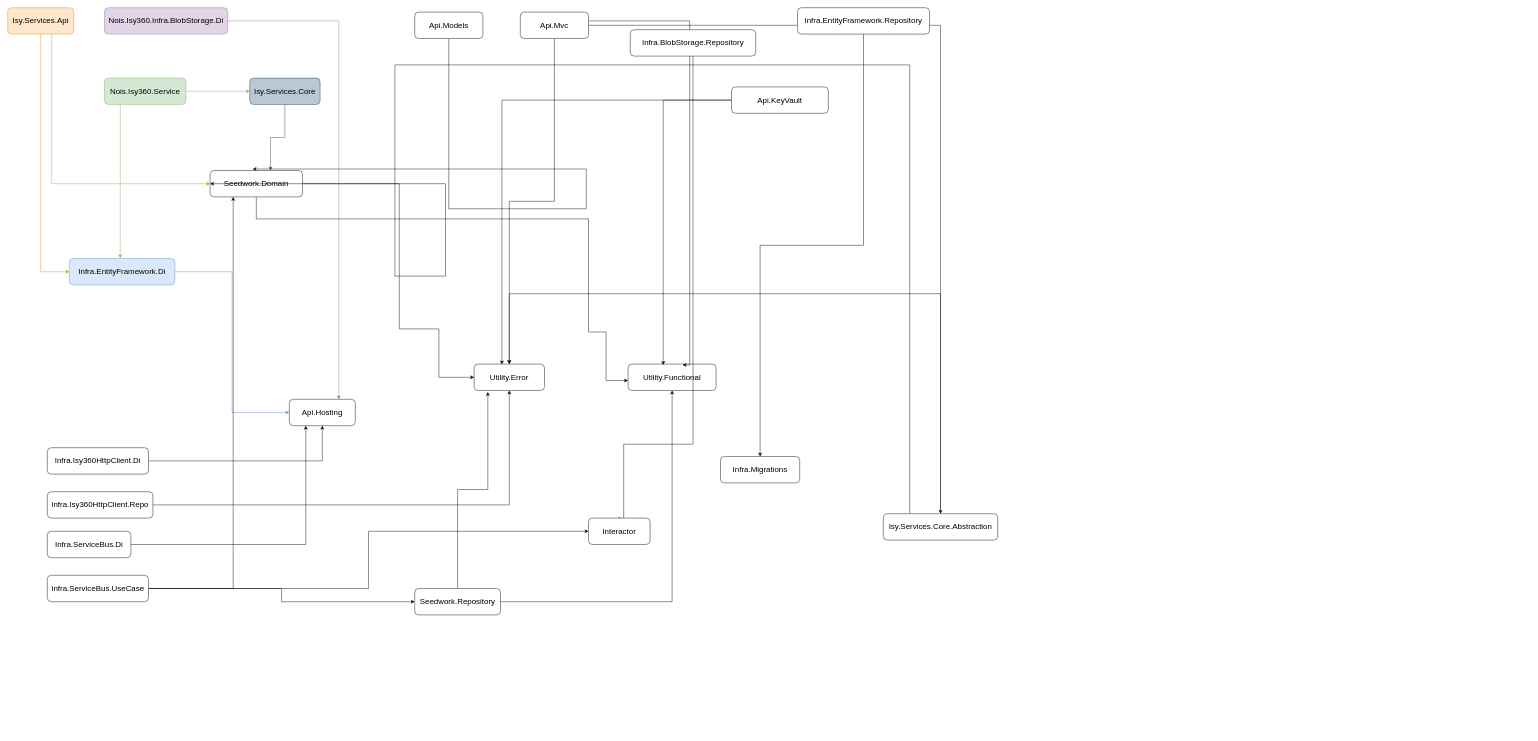
This is Untitled Diagram.drawio from xtzaferis/test-server, a draw.io file, before an edit. Source tidied: cells renumbered, new cells numbered last; positions are measured from the earlier drawing's top-left corner, leaving out a move shared by most shapes. Both pictures are drawn from the tidied source at 44%, with x=0, y=0 at pixel (7, 7).
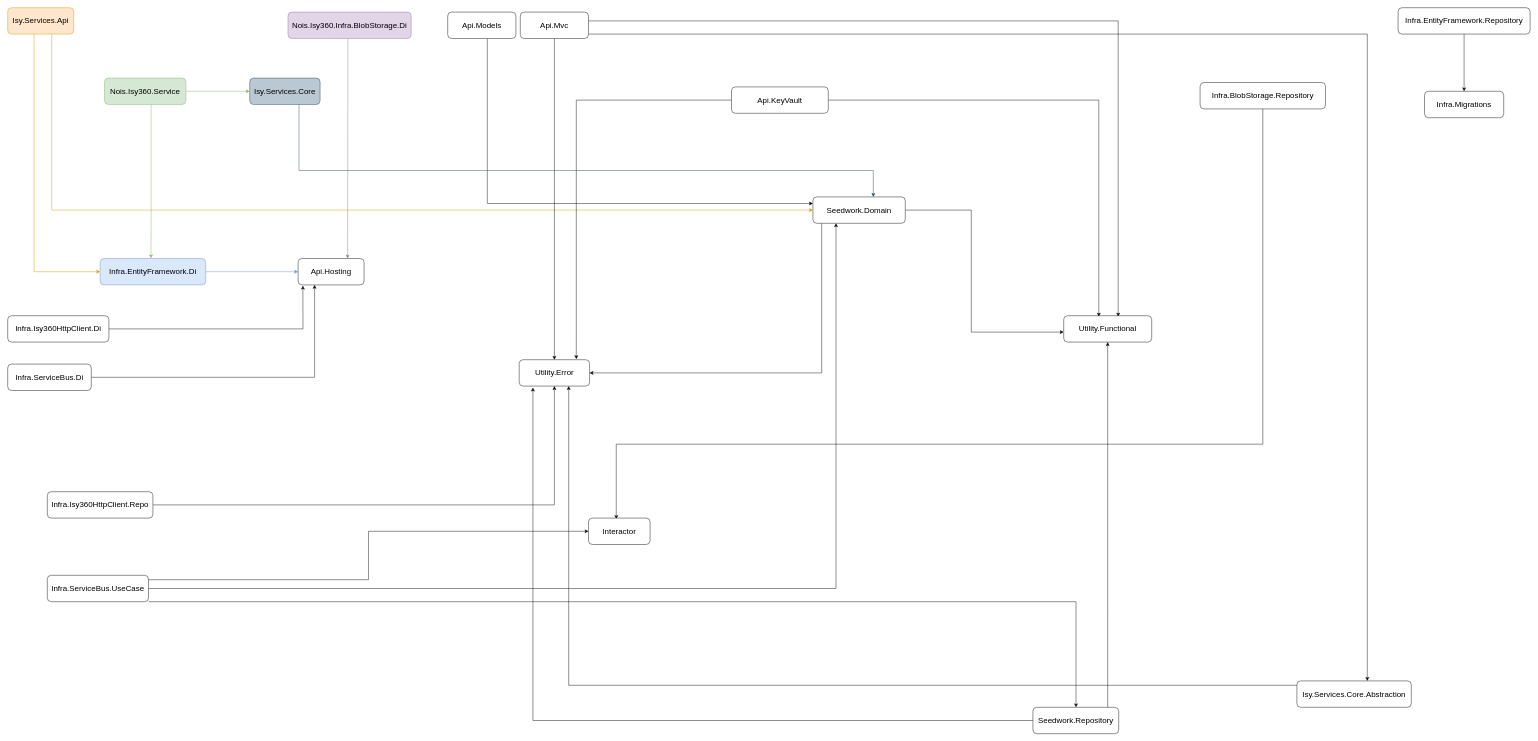
The same page after the edit.

Unchanged cells that the change refers to:
```xml
<mxCell id="4" value="&lt;font style=&quot;font-size: 18px&quot;&gt;Isy.Services.Api&lt;/font&gt;" style="rounded=1;whiteSpace=wrap;html=1;fillColor=#ffe6cc;strokeColor=#d79b00;" parent="1" vertex="1">
  <mxGeometry width="150" height="60" as="geometry" />
</mxCell>
<mxCell id="20" value="&lt;font style=&quot;font-size: 18px&quot;&gt;Api.KeyVault&lt;/font&gt;" style="rounded=1;whiteSpace=wrap;html=1;" parent="1" vertex="1">
  <mxGeometry x="1645" y="180" width="220" height="60" as="geometry" />
</mxCell>
<mxCell id="24" value="&lt;font style=&quot;font-size: 18px&quot;&gt;Api.Mvc&lt;/font&gt;" style="rounded=1;whiteSpace=wrap;html=1;" parent="1" vertex="1">
  <mxGeometry x="1165" y="10" width="155" height="60" as="geometry" />
</mxCell>
<mxCell id="28" value="&lt;font style=&quot;font-size: 18px&quot;&gt;Interactor&lt;/font&gt;" style="rounded=1;whiteSpace=wrap;html=1;" parent="1" vertex="1">
  <mxGeometry x="1320" y="1160" width="140" height="60" as="geometry" />
</mxCell>
<mxCell id="30" value="&lt;font style=&quot;font-size: 18px&quot;&gt;Isy.Services.Core&lt;/font&gt;" style="rounded=1;whiteSpace=wrap;html=1;fillColor=#bac8d3;strokeColor=#23445d;" parent="1" vertex="1">
  <mxGeometry x="550" y="160" width="160" height="60" as="geometry" />
</mxCell>
<mxCell id="44" value="&lt;font style=&quot;font-size: 18px&quot;&gt;Infra.ServiceBus.UseCase&lt;/font&gt;" style="rounded=1;whiteSpace=wrap;html=1;" parent="1" vertex="1">
  <mxGeometry x="90" y="1290" width="230" height="60" as="geometry" />
</mxCell>
<mxCell id="50" value="&lt;font style=&quot;font-size: 18px&quot;&gt;Nois.Isy360.Service&lt;/font&gt;" style="rounded=1;whiteSpace=wrap;html=1;fillColor=#d5e8d4;strokeColor=#82b366;" parent="1" vertex="1">
  <mxGeometry x="220" y="160" width="185" height="60" as="geometry" />
</mxCell>
```

What changed in the source:
```diff
@@
     <mxCell id="2" style="edgeStyle=orthogonalEdgeStyle;rounded=0;jettySize=auto;html=1;entryX=0;entryY=0.5;entryDx=0;entryDy=0;fontSize=18;fillColor=#ffe6cc;strokeColor=#d79b00;" parent="1" edge="1" source="4" target="12">
-      <mxGeometry relative="1" as="geometry" />
+      <mxGeometry relative="1" as="geometry">
+        <Array as="points">
+          <mxPoint x="60" y="600" />
+        </Array>
+      </mxGeometry>
     </mxCell>
     <mxCell id="3" style="edgeStyle=orthogonalEdgeStyle;rounded=0;jettySize=auto;html=1;entryX=0;entryY=0.5;entryDx=0;entryDy=0;fontSize=18;fillColor=#ffe6cc;strokeColor=#d79b00;" parent="1" edge="1" source="4" target="7">
       <mxGeometry relative="1" as="geometry">
         <Array as="points">
-          <mxPoint x="100" y="400" />
+          <mxPoint x="100" y="460" />
         </Array>
       </mxGeometry>
     </mxCell>
@@
+    <mxCell id="6" style="edgeStyle=orthogonalEdgeStyle;rounded=0;jettySize=auto;html=1;entryX=-0.001;entryY=0.622;entryDx=0;entryDy=0;entryPerimeter=0;fontSize=18;" parent="1" edge="1" source="7" target="8">
+      <mxGeometry relative="1" as="geometry">
+        <Array as="points">
+          <mxPoint x="2190" y="460" />
+          <mxPoint x="2190" y="737" />
+        </Array>
+      </mxGeometry>
+    </mxCell>
-    <mxCell id="5" style="edgeStyle=orthogonalEdgeStyle;rounded=0;jettySize=auto;html=1;entryX=0;entryY=0.5;entryDx=0;entryDy=0;fontSize=18;" parent="1" edge="1" source="7" target="9">
+    <mxCell id="5" style="edgeStyle=orthogonalEdgeStyle;rounded=0;jettySize=auto;html=1;entryX=1;entryY=0.5;entryDx=0;entryDy=0;fontSize=18;" parent="1" edge="1" source="7" target="9">
       <mxGeometry relative="1" as="geometry">
         <Array as="points">
-          <mxPoint x="890" y="730" />
-          <mxPoint x="980" y="730" />
-          <mxPoint x="980" y="840" />
+          <mxPoint x="1850" y="830" />
         </Array>
       </mxGeometry>
     </mxCell>
-    <mxCell id="6" style="edgeStyle=orthogonalEdgeStyle;rounded=0;jettySize=auto;html=1;entryX=-0.001;entryY=0.622;entryDx=0;entryDy=0;entryPerimeter=0;fontSize=18;" parent="1" edge="1" source="7" target="8">
-      <mxGeometry relative="1" as="geometry">
-        <Array as="points">
-          <mxPoint x="1320" y="480" />
-          <mxPoint x="1320" y="737" />
-          <mxPoint x="1360" y="737" />
-          <mxPoint x="1360" y="847" />
-        </Array>
-      </mxGeometry>
-    </mxCell>
     <mxCell id="7" value="&lt;font style=&quot;font-size: 18px&quot;&gt;Seedwork.Domain&lt;/font&gt;" style="rounded=1;whiteSpace=wrap;html=1;" parent="1" vertex="1">
-      <mxGeometry x="460" y="370" width="210" height="60" as="geometry" />
+      <mxGeometry x="1830" y="430" width="210" height="60" as="geometry" />
     </mxCell>
     <mxCell id="8" value="&lt;font style=&quot;font-size: 18px&quot;&gt;Utility.Functional&lt;/font&gt;" style="rounded=1;whiteSpace=wrap;html=1;" parent="1" vertex="1">
-      <mxGeometry x="1410" y="810" width="200" height="60" as="geometry" />
+      <mxGeometry x="2400" y="700" width="200" height="60" as="geometry" />
     </mxCell>
     <mxCell id="9" value="&lt;font style=&quot;font-size: 18px&quot;&gt;Utility.Error&lt;/font&gt;" style="rounded=1;whiteSpace=wrap;html=1;" parent="1" vertex="1">
-      <mxGeometry x="1060" y="810" width="160" height="60" as="geometry" />
+      <mxGeometry x="1162.5" y="800" width="160" height="60" as="geometry" />
     </mxCell>
     <mxCell id="10" value="&lt;font style=&quot;font-size: 18px&quot;&gt;Api.Hosting&lt;/font&gt;" style="rounded=1;whiteSpace=wrap;html=1;" parent="1" vertex="1">
-      <mxGeometry x="640" y="890" width="150" height="60" as="geometry" />
+      <mxGeometry x="660" y="570" width="150" height="60" as="geometry" />
     </mxCell>
@@
     <mxCell id="12" value="&lt;font style=&quot;font-size: 18px&quot;&gt;Infra.EntityFramework.Di&lt;/font&gt;" style="rounded=1;whiteSpace=wrap;html=1;fillColor=#dae8fc;strokeColor=#6c8ebf;" parent="1" vertex="1">
-      <mxGeometry x="140" y="570" width="240" height="60" as="geometry" />
+      <mxGeometry x="210" y="570" width="240" height="60" as="geometry" />
     </mxCell>
     <mxCell id="13" style="edgeStyle=orthogonalEdgeStyle;rounded=0;jettySize=auto;html=1;entryX=0.75;entryY=0;entryDx=0;entryDy=0;fontSize=18;fillColor=#e1d5e7;strokeColor=#9673a6;" parent="1" edge="1" source="14" target="10">
-      <mxGeometry relative="1" as="geometry" />
+      <mxGeometry relative="1" as="geometry">
+        <Array as="points">
+          <mxPoint x="773" y="190" />
+          <mxPoint x="773" y="190" />
+        </Array>
+      </mxGeometry>
     </mxCell>
     <mxCell id="14" value="&lt;font style=&quot;font-size: 18px&quot;&gt;Nois.Isy360.Infra.BlobStorage.Di&lt;/font&gt;" style="rounded=1;whiteSpace=wrap;html=1;fillColor=#e1d5e7;strokeColor=#9673a6;" parent="1" vertex="1">
-      <mxGeometry x="220" width="280" height="60" as="geometry" />
+      <mxGeometry x="637" y="10" width="280" height="60" as="geometry" />
     </mxCell>
-    <mxCell id="15" style="edgeStyle=orthogonalEdgeStyle;rounded=0;jettySize=auto;html=1;entryX=0;entryY=0.5;entryDx=0;entryDy=0;fontSize=18;startArrow=none;" parent="1" edge="1" source="31" target="7">
-      <mxGeometry relative="1" as="geometry">
-        <Array as="points">
-          <mxPoint x="2050" y="130" />
-          <mxPoint x="880" y="130" />
-          <mxPoint x="880" y="610" />
-          <mxPoint x="995" y="610" />
-        </Array>
-      </mxGeometry>
-    </mxCell>
-    <mxCell id="16" style="edgeStyle=orthogonalEdgeStyle;rounded=0;jettySize=auto;html=1;entryX=0.46;entryY=-0.056;entryDx=0;entryDy=0;entryPerimeter=0;fontSize=18;" parent="1" edge="1" source="17" target="7">
+    <mxCell id="16" style="edgeStyle=orthogonalEdgeStyle;rounded=0;jettySize=auto;html=1;entryX=0;entryY=0.25;entryDx=0;entryDy=0;fontSize=18;" parent="1" edge="1" source="17" target="7">
       <mxGeometry relative="1" as="geometry">
         <Array as="points">
-          <mxPoint x="1315" y="457" />
+          <mxPoint x="1090" y="445" />
         </Array>
       </mxGeometry>
     </mxCell>
     <mxCell id="17" value="&lt;font style=&quot;font-size: 18px&quot;&gt;Api.Models&lt;/font&gt;" style="rounded=1;whiteSpace=wrap;html=1;" parent="1" vertex="1">
-      <mxGeometry x="925" y="10" width="155" height="60" as="geometry" />
+      <mxGeometry x="1000" y="10" width="155" height="60" as="geometry" />
     </mxCell>
+    <mxCell id="19" style="edgeStyle=orthogonalEdgeStyle;rounded=0;jettySize=auto;html=1;entryX=0.399;entryY=0.033;entryDx=0;entryDy=0;entryPerimeter=0;fontSize=18;" parent="1" edge="1" source="20" target="8">
+      <mxGeometry relative="1" as="geometry" />
+    </mxCell>
-    <mxCell id="18" style="edgeStyle=orthogonalEdgeStyle;rounded=0;jettySize=auto;html=1;entryX=0.395;entryY=0.011;entryDx=0;entryDy=0;entryPerimeter=0;fontSize=18;" parent="1" edge="1" source="20" target="9">
+    <mxCell id="18" style="edgeStyle=orthogonalEdgeStyle;rounded=0;jettySize=auto;html=1;entryX=0.811;entryY=-0.022;entryDx=0;entryDy=0;entryPerimeter=0;fontSize=18;" parent="1" edge="1" source="20" target="9">
       <mxGeometry relative="1" as="geometry" />
     </mxCell>
-    <mxCell id="19" style="edgeStyle=orthogonalEdgeStyle;rounded=0;jettySize=auto;html=1;entryX=0.399;entryY=0.033;entryDx=0;entryDy=0;entryPerimeter=0;fontSize=18;" parent="1" edge="1" source="20" target="8">
-      <mxGeometry relative="1" as="geometry" />
-    </mxCell>
@@
     <mxCell id="21" style="edgeStyle=orthogonalEdgeStyle;rounded=0;jettySize=auto;html=1;fontSize=18;" parent="1" edge="1" source="24" target="31">
-      <mxGeometry relative="1" as="geometry" />
+      <mxGeometry relative="1" as="geometry">
+        <Array as="points">
+          <mxPoint x="3090" y="60" />
+        </Array>
+      </mxGeometry>
     </mxCell>
@@
     <mxCell id="23" style="edgeStyle=orthogonalEdgeStyle;rounded=0;jettySize=auto;html=1;entryX=0.619;entryY=0.033;entryDx=0;entryDy=0;entryPerimeter=0;fontSize=18;" parent="1" edge="1" source="24" target="8">
       <mxGeometry relative="1" as="geometry">
         <Array as="points">
-          <mxPoint x="1550" y="30" />
-          <mxPoint x="1550" y="812" />
+          <mxPoint x="2524" y="30" />
         </Array>
       </mxGeometry>
     </mxCell>
@@
-    <mxCell id="25" style="edgeStyle=orthogonalEdgeStyle;rounded=0;jettySize=auto;html=1;fontSize=18;" parent="1" edge="1" source="31" target="9">
-      <mxGeometry relative="1" as="geometry">
-        <Array as="points">
-          <mxPoint x="1250" y="650" />
-          <mxPoint x="1250" y="650" />
-        </Array>
-      </mxGeometry>
-    </mxCell>
     <mxCell id="26" style="edgeStyle=orthogonalEdgeStyle;rounded=0;jettySize=auto;html=1;entryX=0.451;entryY=0.033;entryDx=0;entryDy=0;entryPerimeter=0;fontSize=18;" parent="1" edge="1" source="27" target="28">
       <mxGeometry relative="1" as="geometry">
         <Array as="points">
-          <mxPoint x="1400" y="992" />
+          <mxPoint x="2853" y="992" />
+          <mxPoint x="1383" y="992" />
         </Array>
       </mxGeometry>
     </mxCell>
     <mxCell id="27" value="&lt;font style=&quot;font-size: 18px&quot;&gt;Infra.BlobStorage.Repository&lt;/font&gt;" style="rounded=1;whiteSpace=wrap;html=1;" parent="1" vertex="1">
-      <mxGeometry x="1415" y="50" width="285" height="60" as="geometry" />
+      <mxGeometry x="2710" y="170" width="285" height="60" as="geometry" />
     </mxCell>
@@
     <mxCell id="29" style="edgeStyle=orthogonalEdgeStyle;rounded=0;jettySize=auto;html=1;entryX=0.654;entryY=0;entryDx=0;entryDy=0;entryPerimeter=0;fontSize=18;fillColor=#bac8d3;strokeColor=#23445d;" parent="1" edge="1" source="30" target="7">
-      <mxGeometry relative="1" as="geometry" />
+      <mxGeometry relative="1" as="geometry">
+        <Array as="points">
+          <mxPoint x="662" y="370" />
+          <mxPoint x="1967" y="370" />
+        </Array>
+      </mxGeometry>
     </mxCell>
@@
+    <mxCell id="25" style="edgeStyle=orthogonalEdgeStyle;rounded=0;jettySize=auto;html=1;entryX=0.703;entryY=1;entryDx=0;entryDy=0;entryPerimeter=0;fontSize=18;" parent="1" edge="1" source="31" target="9">
+      <mxGeometry relative="1" as="geometry">
+        <Array as="points">
+          <mxPoint x="1275" y="1540" />
+        </Array>
+      </mxGeometry>
+    </mxCell>
     <mxCell id="31" value="&lt;font style=&quot;font-size: 18px&quot;&gt;Isy.Services.Core.Abstraction&lt;/font&gt;" style="rounded=1;whiteSpace=wrap;html=1;" parent="1" vertex="1">
-      <mxGeometry x="1990" y="1150" width="260" height="60" as="geometry" />
+      <mxGeometry x="2930" y="1530" width="260" height="60" as="geometry" />
     </mxCell>
@@
     <mxCell id="33" value="&lt;font style=&quot;font-size: 18px&quot;&gt;Infra.EntityFramework.Repository&lt;/font&gt;" style="rounded=1;whiteSpace=wrap;html=1;" parent="1" vertex="1">
-      <mxGeometry x="1795" width="300" height="60" as="geometry" />
+      <mxGeometry x="3160" width="300" height="60" as="geometry" />
     </mxCell>
     <mxCell id="34" value="&lt;font style=&quot;font-size: 18px&quot;&gt;Infra.Migrations&lt;/font&gt;" style="rounded=1;whiteSpace=wrap;html=1;" parent="1" vertex="1">
-      <mxGeometry x="1620" y="1020" width="180" height="60" as="geometry" />
+      <mxGeometry x="3220" y="190" width="180" height="60" as="geometry" />
     </mxCell>
-    <mxCell id="35" style="edgeStyle=orthogonalEdgeStyle;rounded=0;jettySize=auto;html=1;entryX=0.5;entryY=1;entryDx=0;entryDy=0;fontSize=18;" parent="1" edge="1" source="36" target="10">
+    <mxCell id="35" style="edgeStyle=orthogonalEdgeStyle;rounded=0;jettySize=auto;html=1;entryX=0.073;entryY=1.03;entryDx=0;entryDy=0;entryPerimeter=0;fontSize=18;" parent="1" edge="1" source="36" target="10">
       <mxGeometry relative="1" as="geometry" />
     </mxCell>
     <mxCell id="36" value="&lt;font style=&quot;font-size: 18px&quot;&gt;Infra.Isy360HttpClient.Di&lt;/font&gt;" style="rounded=1;whiteSpace=wrap;html=1;" parent="1" vertex="1">
-      <mxGeometry x="90" y="1000" width="230" height="60" as="geometry" />
+      <mxGeometry y="700" width="230" height="60" as="geometry" />
     </mxCell>
@@
     <mxCell id="40" value="&lt;font style=&quot;font-size: 18px&quot;&gt;Infra.ServiceBus.Di&lt;/font&gt;" style="rounded=1;whiteSpace=wrap;html=1;" parent="1" vertex="1">
-      <mxGeometry x="90" y="1190" width="190" height="60" as="geometry" />
+      <mxGeometry y="810" width="190" height="60" as="geometry" />
     </mxCell>
     <mxCell id="41" style="edgeStyle=orthogonalEdgeStyle;rounded=0;jettySize=auto;html=1;fontSize=18;" parent="1" edge="1" source="44" target="47">
-      <mxGeometry relative="1" as="geometry" />
+      <mxGeometry relative="1" as="geometry">
+        <Array as="points">
+          <mxPoint x="2428" y="1350" />
+        </Array>
+      </mxGeometry>
     </mxCell>
     <mxCell id="42" style="edgeStyle=orthogonalEdgeStyle;rounded=0;jettySize=auto;html=1;entryX=0;entryY=0.5;entryDx=0;entryDy=0;fontSize=18;" parent="1" edge="1" source="44" target="28">
-      <mxGeometry relative="1" as="geometry" />
+      <mxGeometry relative="1" as="geometry">
+        <Array as="points">
+          <mxPoint x="820" y="1300" />
+          <mxPoint x="820" y="1190" />
+        </Array>
+      </mxGeometry>
     </mxCell>
@@
     <mxCell id="46" style="edgeStyle=orthogonalEdgeStyle;rounded=0;jettySize=auto;html=1;fontSize=18;" parent="1" edge="1" source="47" target="8">
-      <mxGeometry relative="1" as="geometry" />
+      <mxGeometry relative="1" as="geometry">
+        <Array as="points">
+          <mxPoint x="2500" y="1380" />
+          <mxPoint x="2500" y="1380" />
+        </Array>
+      </mxGeometry>
     </mxCell>
     <mxCell id="47" value="&lt;font style=&quot;font-size: 18px&quot;&gt;Seedwork.Repository&lt;/font&gt;" style="rounded=1;whiteSpace=wrap;html=1;" parent="1" vertex="1">
-      <mxGeometry x="925" y="1320" width="195" height="60" as="geometry" />
+      <mxGeometry x="2330" y="1590" width="195" height="60" as="geometry" />
     </mxCell>
@@
     <mxCell id="49" style="edgeStyle=orthogonalEdgeStyle;rounded=0;jettySize=auto;html=1;entryX=0.482;entryY=-0.011;entryDx=0;entryDy=0;entryPerimeter=0;fontSize=18;fillColor=#d5e8d4;strokeColor=#82b366;" parent="1" edge="1" source="50" target="12">
       <mxGeometry relative="1" as="geometry">
         <Array as="points">
-          <mxPoint x="256" y="330" />
-          <mxPoint x="256" y="330" />
+          <mxPoint x="326" y="450" />
+          <mxPoint x="326" y="450" />
         </Array>
       </mxGeometry>
     </mxCell>
```
